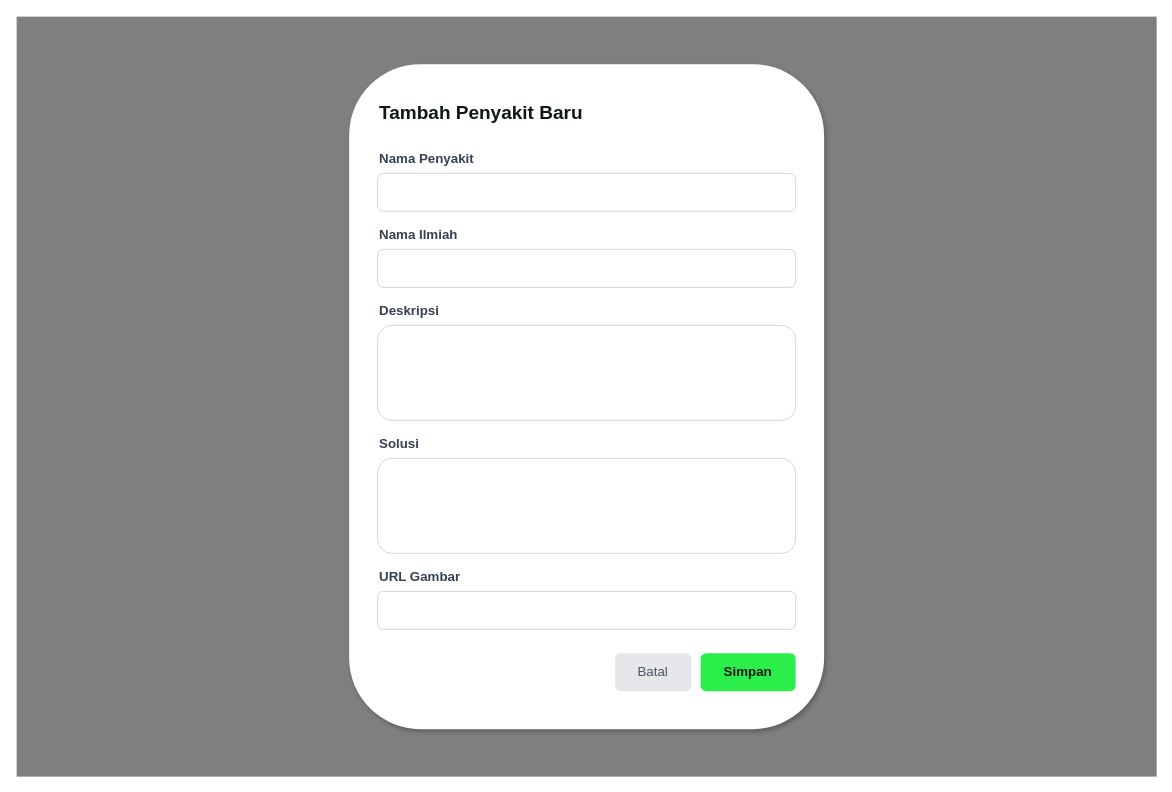
Earlier version of the draw.io diagram diagram/desain/admin-tambah-penyakit.drawio (RajaSunrise/kangkungku). Source tidied: cells renumbered, new cells numbered last; positions are measured from the earlier drawing's top-left corner, leaving out a move shared by most shapes. Both pictures are drawn from the tidied source at 95%, with x=0, y=0 at pixel (16, 16).
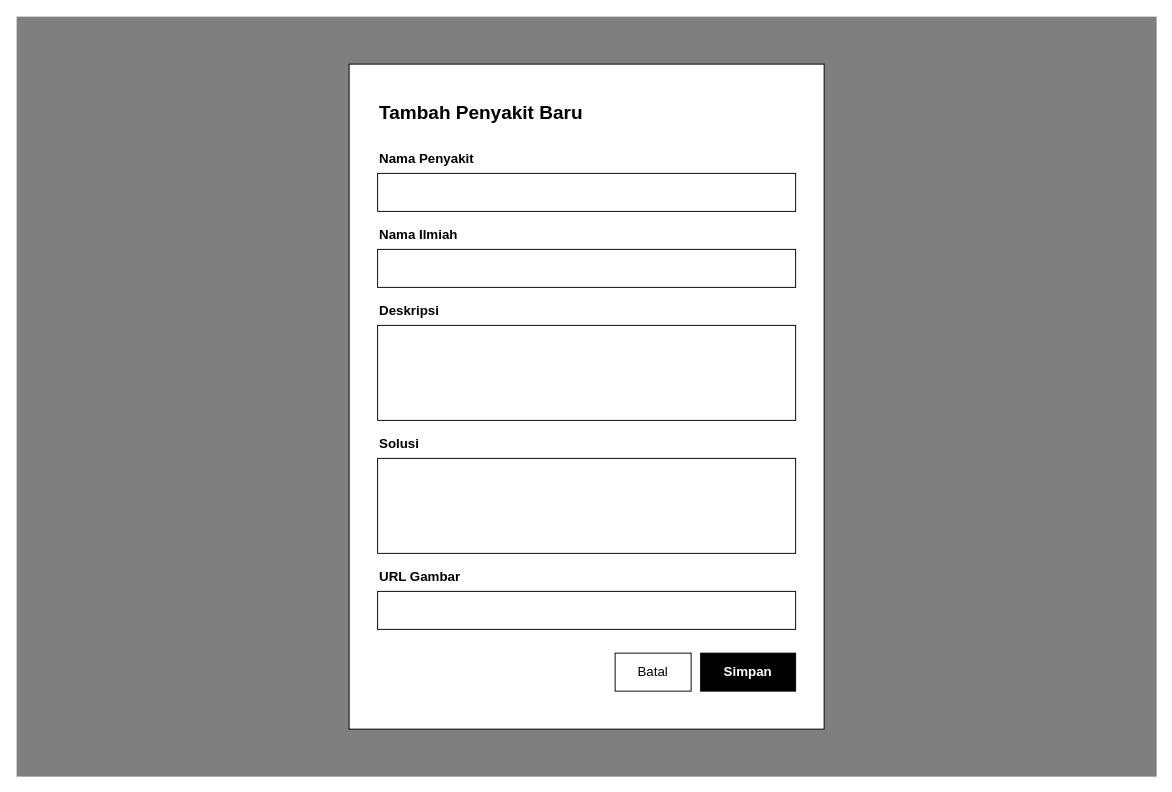
After the change.

Change to the diagram source:
```diff
@@
 <mxGraphModel>
   <root>
     <mxCell id="0" />
     <mxCell id="1" parent="0" />
     <mxCell id="2" style="rounded=0;whiteSpace=wrap;html=1;fillColor=#000000;fillOpacity=50;strokeColor=none;" parent="1" vertex="1">
       <mxGeometry width="1200" height="800" as="geometry" />
     </mxCell>
-    <mxCell id="3" style="rounded=1;whiteSpace=wrap;html=1;fillColor=#FFFFFF;strokeColor=none;shadow=1;" parent="1" vertex="1">
+    <mxCell id="3" style="rounded=0;whiteSpace=wrap;html=1;fillColor=#FFFFFF;strokeColor=#000000;" parent="1" vertex="1">
       <mxGeometry x="350" y="50" width="500" height="700" as="geometry" />
     </mxCell>
-    <mxCell id="4" value="Tambah Penyakit Baru" style="text;html=1;strokeColor=none;fillColor=none;align=left;verticalAlign=middle;whiteSpace=wrap;rounded=0;fontColor=#111812;fontSize=20;fontStyle=1;" parent="1" vertex="1">
+    <mxCell id="4" value="Tambah Penyakit Baru" style="text;html=1;strokeColor=none;fillColor=none;align=left;verticalAlign=middle;whiteSpace=wrap;rounded=0;fontColor=#000000;fontSize=20;fontStyle=1;" parent="1" vertex="1">
       <mxGeometry x="380" y="80" width="300" height="40" as="geometry" />
     </mxCell>
-    <mxCell id="5" value="Nama Penyakit" style="text;html=1;strokeColor=none;fillColor=none;align=left;verticalAlign=middle;whiteSpace=wrap;rounded=0;fontColor=#374151;fontSize=14;fontStyle=1;" parent="1" vertex="1">
+    <mxCell id="5" value="Nama Penyakit" style="text;html=1;strokeColor=none;fillColor=none;align=left;verticalAlign=middle;whiteSpace=wrap;rounded=0;fontColor=#000000;fontSize=14;fontStyle=1;" parent="1" vertex="1">
       <mxGeometry x="380" y="140" width="150" height="20" as="geometry" />
     </mxCell>
-    <mxCell id="6" style="rounded=1;whiteSpace=wrap;html=1;fillColor=#FFFFFF;strokeColor=#D1D5DB;" parent="1" vertex="1">
+    <mxCell id="6" style="rounded=0;whiteSpace=wrap;html=1;fillColor=#FFFFFF;strokeColor=#000000;" parent="1" vertex="1">
       <mxGeometry x="380" y="165" width="440" height="40" as="geometry" />
     </mxCell>
-    <mxCell id="7" value="Nama Ilmiah" style="text;html=1;strokeColor=none;fillColor=none;align=left;verticalAlign=middle;whiteSpace=wrap;rounded=0;fontColor=#374151;fontSize=14;fontStyle=1;" parent="1" vertex="1">
+    <mxCell id="7" value="Nama Ilmiah" style="text;html=1;strokeColor=none;fillColor=none;align=left;verticalAlign=middle;whiteSpace=wrap;rounded=0;fontColor=#000000;fontSize=14;fontStyle=1;" parent="1" vertex="1">
       <mxGeometry x="380" y="220" width="150" height="20" as="geometry" />
     </mxCell>
-    <mxCell id="8" style="rounded=1;whiteSpace=wrap;html=1;fillColor=#FFFFFF;strokeColor=#D1D5DB;" parent="1" vertex="1">
+    <mxCell id="8" style="rounded=0;whiteSpace=wrap;html=1;fillColor=#FFFFFF;strokeColor=#000000;" parent="1" vertex="1">
       <mxGeometry x="380" y="245" width="440" height="40" as="geometry" />
     </mxCell>
-    <mxCell id="9" value="Deskripsi" style="text;html=1;strokeColor=none;fillColor=none;align=left;verticalAlign=middle;whiteSpace=wrap;rounded=0;fontColor=#374151;fontSize=14;fontStyle=1;" parent="1" vertex="1">
+    <mxCell id="9" value="Deskripsi" style="text;html=1;strokeColor=none;fillColor=none;align=left;verticalAlign=middle;whiteSpace=wrap;rounded=0;fontColor=#000000;fontSize=14;fontStyle=1;" parent="1" vertex="1">
       <mxGeometry x="380" y="300" width="150" height="20" as="geometry" />
     </mxCell>
-    <mxCell id="10" style="rounded=1;whiteSpace=wrap;html=1;fillColor=#FFFFFF;strokeColor=#D1D5DB;" parent="1" vertex="1">
+    <mxCell id="10" style="rounded=0;whiteSpace=wrap;html=1;fillColor=#FFFFFF;strokeColor=#000000;" parent="1" vertex="1">
       <mxGeometry x="380" y="325" width="440" height="100" as="geometry" />
     </mxCell>
-    <mxCell id="11" value="Solusi" style="text;html=1;strokeColor=none;fillColor=none;align=left;verticalAlign=middle;whiteSpace=wrap;rounded=0;fontColor=#374151;fontSize=14;fontStyle=1;" parent="1" vertex="1">
+    <mxCell id="11" value="Solusi" style="text;html=1;strokeColor=none;fillColor=none;align=left;verticalAlign=middle;whiteSpace=wrap;rounded=0;fontColor=#000000;fontSize=14;fontStyle=1;" parent="1" vertex="1">
       <mxGeometry x="380" y="440" width="150" height="20" as="geometry" />
     </mxCell>
-    <mxCell id="12" style="rounded=1;whiteSpace=wrap;html=1;fillColor=#FFFFFF;strokeColor=#D1D5DB;" parent="1" vertex="1">
+    <mxCell id="12" style="rounded=0;whiteSpace=wrap;html=1;fillColor=#FFFFFF;strokeColor=#000000;" parent="1" vertex="1">
       <mxGeometry x="380" y="465" width="440" height="100" as="geometry" />
     </mxCell>
-    <mxCell id="13" value="URL Gambar" style="text;html=1;strokeColor=none;fillColor=none;align=left;verticalAlign=middle;whiteSpace=wrap;rounded=0;fontColor=#374151;fontSize=14;fontStyle=1;" parent="1" vertex="1">
+    <mxCell id="13" value="URL Gambar" style="text;html=1;strokeColor=none;fillColor=none;align=left;verticalAlign=middle;whiteSpace=wrap;rounded=0;fontColor=#000000;fontSize=14;fontStyle=1;" parent="1" vertex="1">
       <mxGeometry x="380" y="580" width="150" height="20" as="geometry" />
     </mxCell>
-    <mxCell id="14" style="rounded=1;whiteSpace=wrap;html=1;fillColor=#FFFFFF;strokeColor=#D1D5DB;" parent="1" vertex="1">
+    <mxCell id="14" style="rounded=0;whiteSpace=wrap;html=1;fillColor=#FFFFFF;strokeColor=#000000;" parent="1" vertex="1">
       <mxGeometry x="380" y="605" width="440" height="40" as="geometry" />
     </mxCell>
-    <mxCell id="15" value="Batal" style="rounded=1;whiteSpace=wrap;html=1;fillColor=#E5E7EB;strokeColor=none;fontColor=#4B5563;fontSize=14;" parent="1" vertex="1">
+    <mxCell id="15" value="Batal" style="rounded=0;whiteSpace=wrap;html=1;fillColor=#FFFFFF;strokeColor=#000000;fontColor=#000000;fontSize=14;" parent="1" vertex="1">
       <mxGeometry x="630" y="670" width="80" height="40" as="geometry" />
     </mxCell>
-    <mxCell id="16" value="Simpan" style="rounded=1;whiteSpace=wrap;html=1;fillColor=#2BEE4B;strokeColor=none;fontColor=#111812;fontStyle=1;fontSize=14;" parent="1" vertex="1">
+    <mxCell id="16" value="Simpan" style="rounded=0;whiteSpace=wrap;html=1;fillColor=#000000;strokeColor=#000000;fontColor=#FFFFFF;fontStyle=1;fontSize=14;" parent="1" vertex="1">
       <mxGeometry x="720" y="670" width="100" height="40" as="geometry" />
     </mxCell>
   </root>
 </mxGraphModel>
```
